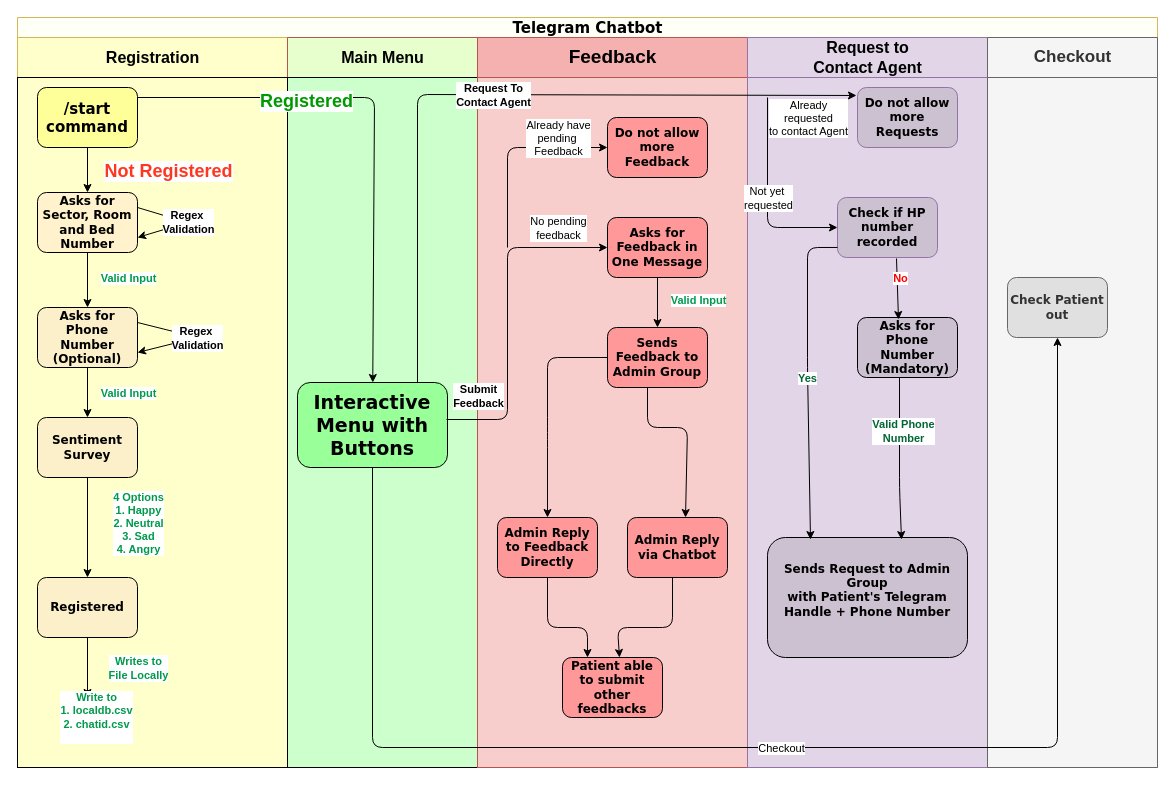
The draw.io diagram Untitled Diagram.drawio in Jackimaru96/AI-Sudoku, before the edit. Source tidied: cells renumbered, new cells numbered last; positions are measured from the earlier drawing's top-left corner, leaving out a move shared by most shapes. Both pictures are drawn from the tidied source at 100%, with x=0, y=0 at pixel (17, 17).
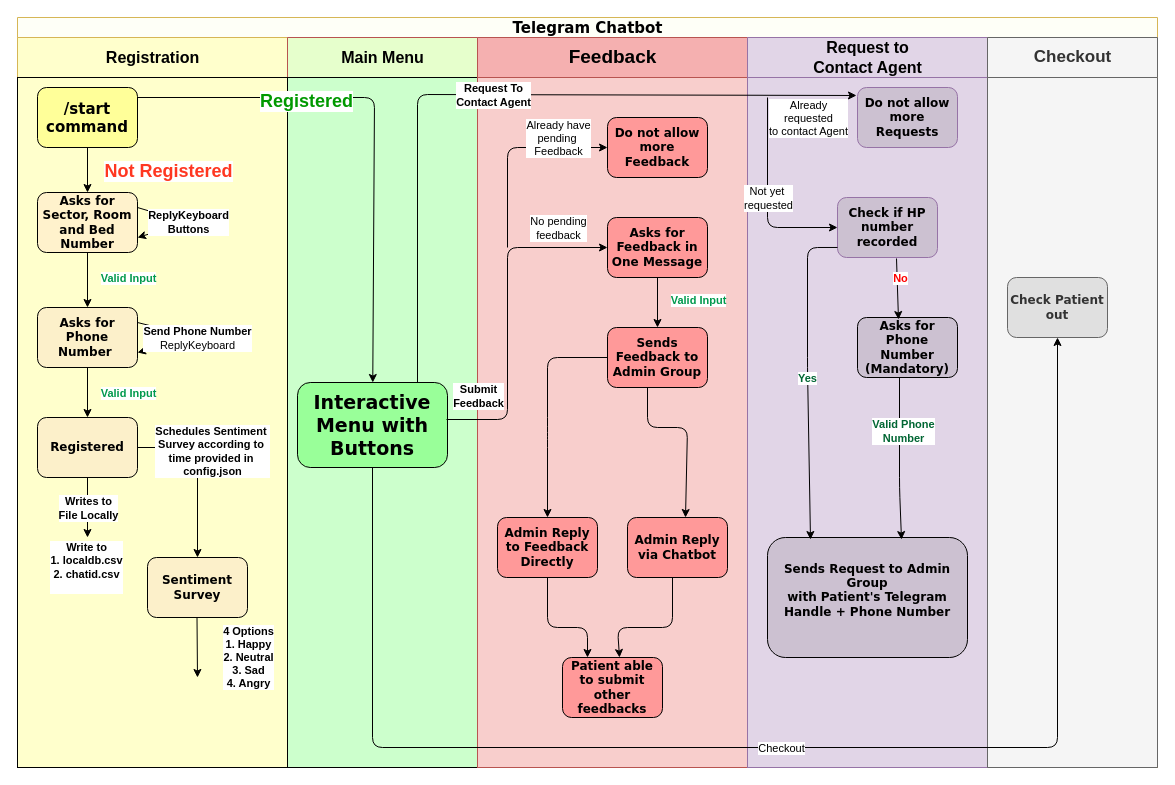
Above is the later version.

Unchanged cells that the change refers to:
```xml
<mxCell id="4" value="&lt;font style=&quot;font-size: 16px&quot;&gt;Registration&lt;/font&gt;" style="swimlane;html=1;startSize=40;strokeColor=#d6b656;fillColor=#FFFFCC;" parent="3" vertex="1">
  <mxGeometry y="20" width="270" height="730" as="geometry" />
</mxCell>
<mxCell id="10" style="endArrow=classic;html=1;exitX=1;exitY=0.25;exitDx=0;exitDy=0;entryX=1;entryY=0.75;entryDx=0;entryDy=0;exitPerimeter=0;" parent="4" edge="1" source="12" target="12">
  <mxGeometry relative="1" as="geometry">
    <Array as="points">
      <mxPoint x="170" y="185" />
    </Array>
  </mxGeometry>
</mxCell>
<mxCell id="22" style="endArrow=classic;html=1;exitX=1;exitY=0.25;exitDx=0;exitDy=0;entryX=1;entryY=0.75;entryDx=0;entryDy=0;" parent="4" edge="1" source="6" target="6">
  <mxGeometry relative="1" as="geometry">
    <Array as="points">
      <mxPoint x="180" y="300" />
    </Array>
  </mxGeometry>
</mxCell>
```

What changed in the source:
```diff
@@
-    <mxCell id="6" value="&lt;b style=&quot;font-size: 12px&quot;&gt;Asks for Phone Number (Optional)&lt;/b&gt;" style="rounded=1;whiteSpace=wrap;html=1;shadow=0;labelBackgroundColor=none;strokeWidth=1;fontFamily=Verdana;fontSize=8;align=center;fillColor=#FCF0CA;" parent="4" vertex="1">
+    <mxCell id="6" value="&lt;b style=&quot;font-size: 12px&quot;&gt;Asks for Phone Number&amp;nbsp;&lt;/b&gt;" style="rounded=1;whiteSpace=wrap;html=1;shadow=0;labelBackgroundColor=none;strokeWidth=1;fontFamily=Verdana;fontSize=8;align=center;fillColor=#FCF0CA;" parent="4" vertex="1">
       <mxGeometry x="20" y="270" width="100" height="60" as="geometry" />
     </mxCell>
-    <mxCell id="7" value="&lt;b style=&quot;font-size: 12px&quot;&gt;Sentiment Survey&lt;/b&gt;" style="rounded=1;whiteSpace=wrap;html=1;shadow=0;labelBackgroundColor=none;strokeWidth=1;fontFamily=Verdana;fontSize=8;align=center;fillColor=#FCF0CA;" parent="4" vertex="1">
-      <mxGeometry x="20" y="380" width="100" height="60" as="geometry" />
-    </mxCell>
-    <mxCell id="8" value="&lt;b style=&quot;font-size: 12px&quot;&gt;Registered&lt;/b&gt;" style="rounded=1;whiteSpace=wrap;html=1;shadow=0;labelBackgroundColor=none;strokeWidth=1;fontFamily=Verdana;fontSize=8;align=center;fillColor=#FCF0CA;" parent="4" vertex="1">
-      <mxGeometry x="20" y="540" width="100" height="60" as="geometry" />
+    <mxCell id="8" value="&lt;b style=&quot;font-size: 12px&quot;&gt;Registered&lt;/b&gt;" style="rounded=1;whiteSpace=wrap;html=1;shadow=0;labelBackgroundColor=none;strokeWidth=1;fontFamily=Verdana;fontSize=8;align=center;fillColor=#FCF0CA;strokeColor=default;fontColor=default;" parent="4" vertex="1">
+      <mxGeometry x="20" y="380" width="100" height="60" as="geometry" />
     </mxCell>
@@
-    <mxCell id="11" value="&lt;b&gt;Regex&amp;nbsp;&lt;br&gt;Validation&lt;/b&gt;" style="edgeLabel;html=1;align=center;verticalAlign=middle;" parent="10" vertex="1">
+    <mxCell id="11" value="&lt;b&gt;ReplyKeyboard&lt;br&gt;Buttons&lt;br&gt;&lt;/b&gt;" style="edgeLabel;html=1;align=center;verticalAlign=middle;" parent="10" vertex="1">
       <mxGeometry relative="1" as="geometry" />
     </mxCell>
@@
-    <mxCell id="18" style="endArrow=classic;html=1;exitX=0.5;exitY=1;exitDx=0;exitDy=0;entryX=0.5;entryY=0;entryDx=0;entryDy=0;" parent="4" edge="1" source="6" target="7">
-      <mxGeometry relative="1" as="geometry" />
+    <mxCell id="18" style="endArrow=classic;html=1;exitX=0.5;exitY=1;exitDx=0;exitDy=0;entryX=0.5;entryY=0;entryDx=0;entryDy=0;" parent="4" edge="1" source="6">
+      <mxGeometry relative="1" as="geometry">
+        <mxPoint x="70" y="380" as="targetPoint" />
+      </mxGeometry>
     </mxCell>
@@
-    <mxCell id="20" style="endArrow=classic;html=1;exitX=0.5;exitY=1;exitDx=0;exitDy=0;entryX=0.5;entryY=0;entryDx=0;entryDy=0;" parent="4" edge="1" source="7" target="8">
-      <mxGeometry relative="1" as="geometry" />
-    </mxCell>
-    <mxCell id="21" value="&lt;b&gt;&lt;font color=&quot;#00994d&quot;&gt;4 Options&lt;br&gt;1. Happy&lt;br&gt;2. Neutral&lt;br&gt;3. Sad&lt;br&gt;4. Angry&lt;br&gt;&lt;/font&gt;&lt;/b&gt;" style="edgeLabel;html=1;align=center;verticalAlign=middle;" parent="20" vertex="1">
-      <mxGeometry relative="1" as="geometry">
-        <mxPoint x="50" y="-5" as="offset" />
-      </mxGeometry>
-    </mxCell>
@@
-    <mxCell id="23" value="&lt;b&gt;Regex&amp;nbsp;&lt;br&gt;Validation&lt;/b&gt;" style="edgeLabel;html=1;align=center;verticalAlign=middle;" parent="22" vertex="1">
+    <mxCell id="23" value="&lt;b&gt;Send Phone Number&lt;br&gt;&lt;/b&gt;ReplyKeyboard" style="edgeLabel;html=1;align=center;verticalAlign=middle;" parent="22" vertex="1">
       <mxGeometry relative="1" as="geometry" />
     </mxCell>
-    <mxCell id="24" style="endArrow=classic;html=1;exitX=0.5;exitY=1;exitDx=0;exitDy=0;" parent="4" edge="1" source="8">
+    <mxCell id="24" style="endArrow=classic;html=1;exitX=0.5;exitY=1;exitDx=0;exitDy=0;strokeColor=default;labelBackgroundColor=default;fontColor=default;" parent="4" edge="1" source="8">
       <mxGeometry relative="1" as="geometry">
-        <mxPoint x="70" y="660" as="targetPoint" />
+        <mxPoint x="70" y="500" as="targetPoint" />
       </mxGeometry>
     </mxCell>
-    <mxCell id="25" value="&lt;b&gt;&lt;font color=&quot;#00994d&quot;&gt;Writes to&lt;br&gt;File Locally&lt;br&gt;&lt;/font&gt;&lt;/b&gt;" style="edgeLabel;html=1;align=center;verticalAlign=middle;" parent="24" vertex="1">
-      <mxGeometry relative="1" as="geometry">
-        <mxPoint x="50" as="offset" />
-      </mxGeometry>
+    <mxCell id="25" value="&lt;b&gt;&lt;font&gt;Writes to&lt;br&gt;File Locally&lt;br&gt;&lt;/font&gt;&lt;/b&gt;" style="edgeLabel;html=1;align=center;verticalAlign=middle;labelBackgroundColor=default;fontColor=default;" parent="24" vertex="1">
+      <mxGeometry relative="1" as="geometry" />
     </mxCell>
-    <mxCell id="26" value="&lt;b&gt;&lt;font color=&quot;#00994d&quot;&gt;Write to &lt;br&gt;1. localdb.csv&lt;br&gt;2. chatid.csv&lt;br&gt;&lt;br&gt;&lt;/font&gt;&lt;/b&gt;" style="edgeLabel;html=1;align=center;verticalAlign=middle;" parent="4" vertex="1">
-      <mxGeometry x="130" y="620" as="geometry">
+    <mxCell id="26" value="&lt;b&gt;&lt;font&gt;Write to &lt;br&gt;1. localdb.csv&lt;br&gt;2. chatid.csv&lt;br&gt;&lt;br&gt;&lt;/font&gt;&lt;/b&gt;" style="edgeLabel;html=1;align=center;verticalAlign=middle;labelBackgroundColor=default;fontColor=default;" parent="4" vertex="1">
+      <mxGeometry x="120" y="470" as="geometry">
         <mxPoint x="-52" y="59" as="offset" />
       </mxGeometry>
     </mxCell>
+    <mxCell id="7" value="&lt;b style=&quot;font-size: 12px&quot;&gt;Sentiment Survey&lt;/b&gt;" style="rounded=1;whiteSpace=wrap;html=1;shadow=0;labelBackgroundColor=none;strokeWidth=1;fontFamily=Verdana;fontSize=8;align=center;fillColor=#FCF0CA;strokeColor=default;fontColor=default;" parent="4" vertex="1">
+      <mxGeometry x="130" y="520" width="100" height="60" as="geometry" />
+    </mxCell>
+    <mxCell id="71" style="endArrow=classic;html=1;rounded=0;labelBackgroundColor=default;fontColor=default;strokeColor=default;exitX=1;exitY=0.5;exitDx=0;exitDy=0;entryX=0.5;entryY=0;entryDx=0;entryDy=0;" parent="4" edge="1" source="8" target="7">
+      <mxGeometry relative="1" as="geometry">
+        <Array as="points">
+          <mxPoint x="180" y="410" />
+        </Array>
+      </mxGeometry>
+    </mxCell>
+    <mxCell id="72" style="endArrow=classic;html=1;exitX=0.5;exitY=1;exitDx=0;exitDy=0;strokeColor=default;fontColor=default;labelBackgroundColor=default;" parent="4" edge="1">
+      <mxGeometry relative="1" as="geometry">
+        <mxPoint x="179.5" y="580" as="sourcePoint" />
+        <mxPoint x="180" y="640" as="targetPoint" />
+      </mxGeometry>
+    </mxCell>
+    <mxCell id="21" value="&lt;b&gt;&lt;font&gt;4 Options&lt;br&gt;1. Happy&lt;br&gt;2. Neutral&lt;br&gt;3. Sad&lt;br&gt;4. Angry&lt;br&gt;&lt;/font&gt;&lt;/b&gt;" style="edgeLabel;html=1;align=center;verticalAlign=middle;labelBackgroundColor=default;fontColor=default;" parent="72" vertex="1">
+      <mxGeometry relative="1" as="geometry">
+        <mxPoint x="51" y="10" as="offset" />
+      </mxGeometry>
+    </mxCell>
+    <mxCell id="73" value="&lt;b&gt;&lt;font&gt;Schedules Sentiment&amp;nbsp;&lt;br&gt;Survey according to&amp;nbsp;&lt;br&gt;time provided in&amp;nbsp;&lt;br&gt;config.json&lt;br&gt;&lt;/font&gt;&lt;/b&gt;" style="edgeLabel;html=1;align=center;verticalAlign=middle;labelBackgroundColor=default;fontColor=default;" parent="4" vertex="1">
+      <mxGeometry x="120" y="480" as="geometry">
+        <mxPoint x="74" y="-67" as="offset" />
+      </mxGeometry>
+    </mxCell>
```
